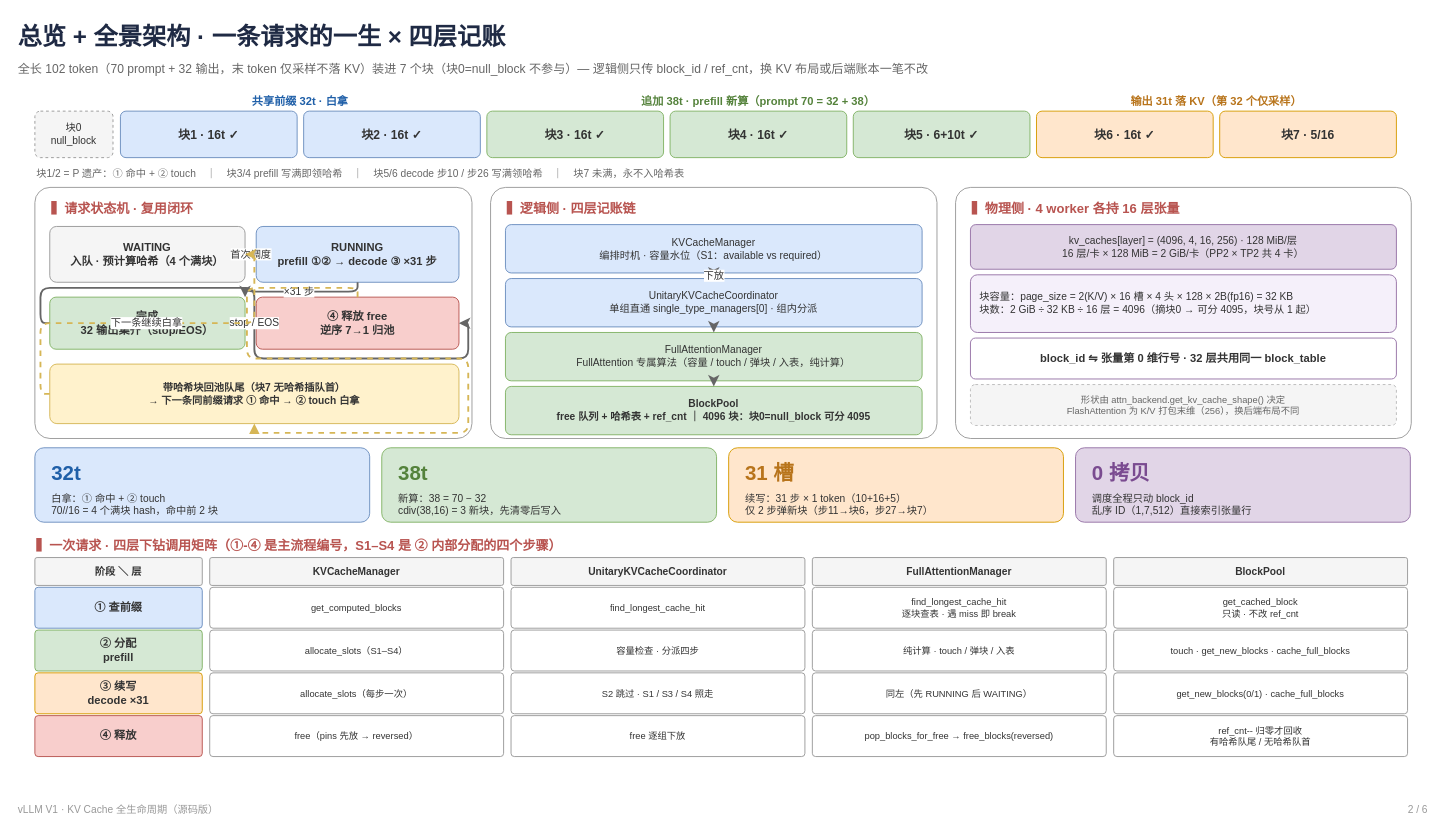
Before: page "02 总览+全景架构" (2 of 6) of vllm/v1/core/kvcache_study/kvcache_draw_ppt_v2/kvcache_runtime_sequence_ppt.drawio in GoCHug/vllm, a draw.io diagram. Source tidied: cells renumbered, new cells numbered last; positions are measured from the earlier drawing's top-left corner, leaving out a move shared by most shapes. Both pictures are drawn from the tidied source at 93%, with x=0, y=0 at pixel (16, 16).
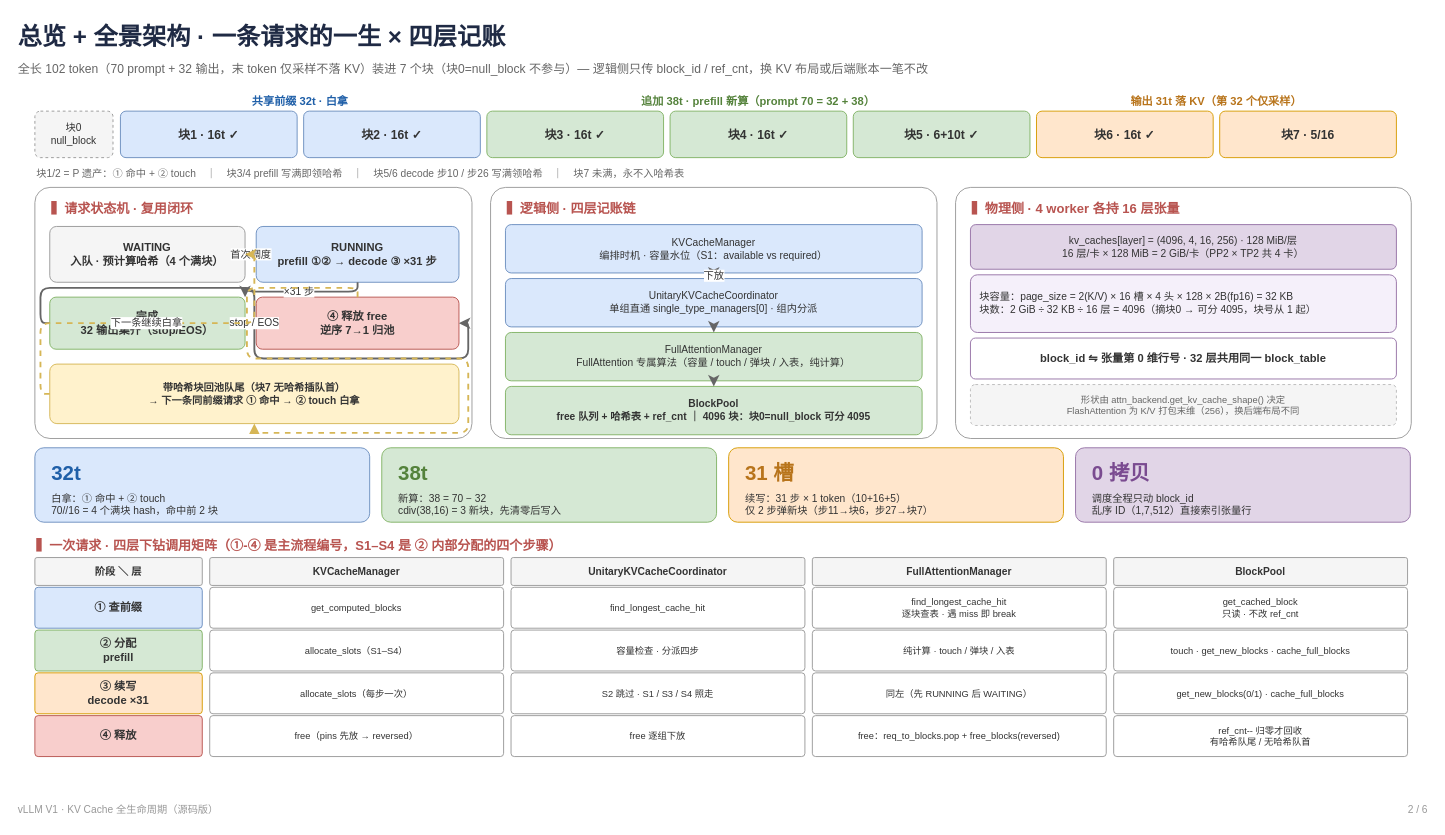
The same page after the edit.

The edit, as a diff of the source:
```diff
@@
-    <mxCell id="79" value="pop_blocks_for_free → free_blocks(reversed)" style="rounded=1;whiteSpace=wrap;html=1;arcSize=8;fillColor=#ffffff;strokeColor=#999999;strokeWidth=1;fontSize=10;fontColor=#333333;align=center;" parent="1" vertex="1">
+    <mxCell id="79" value="free：req_to_blocks.pop + free_blocks(reversed)" style="rounded=1;whiteSpace=wrap;html=1;arcSize=8;fillColor=#ffffff;strokeColor=#999999;strokeWidth=1;fontSize=10;fontColor=#333333;align=center;" parent="1" vertex="1">
       <mxGeometry x="856" y="752" width="316" height="44" as="geometry" />
     </mxCell>
```
